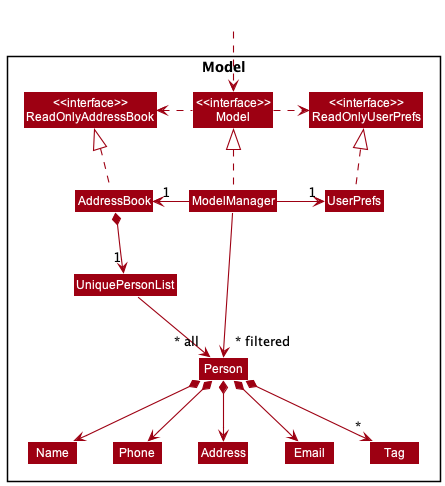
Above: docs/images/ModelClassDiagram.png in nus-cs2103-AY2223S1/tp (PlantUML), before the change.
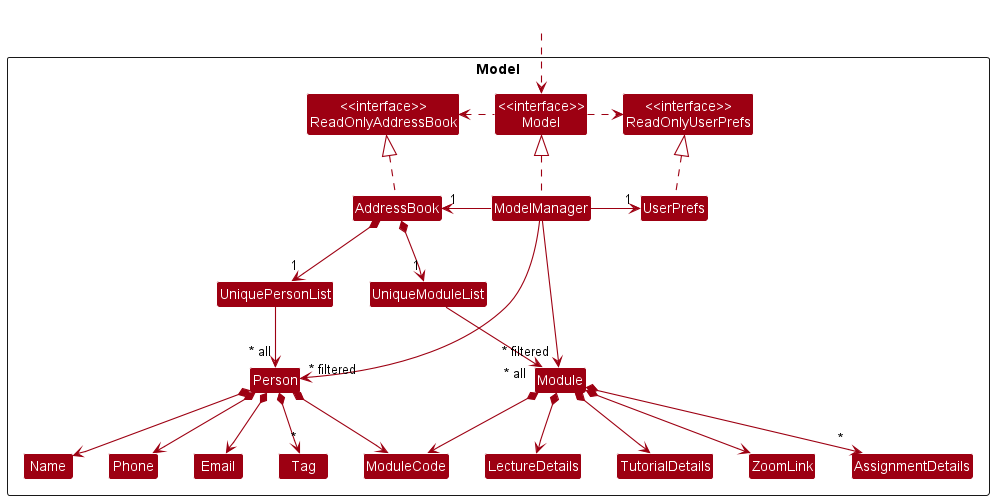
The same diagram one commit later.

Commit message:
Add updated Model Class Diagram and Module Class Diagram

The edit, as a diff of the source:
```diff
@@ -14,12 +14,18 @@
 
 Class UniquePersonList
 Class Person
-Class Address
 Class Email
 Class Name
 Class Phone
 Class Tag
 
+Class UniqueModuleList
+Class Module
+Class ModuleCode
+Class LectureDetails
+Class TutorialDetails
+Class ZoomLink
+Class AssignmentDetails
 }
 
 Class HiddenOutside #FFFFFF
@@ -39,12 +45,19 @@
 Person *--> Name
 Person *--> Phone
 Person *--> Email
-Person *--> Address
+Person *--> ModuleCode
 Person *--> "*" Tag
 
 Name -[hidden]right-> Phone
-Phone -[hidden]right-> Address
-Address -[hidden]right-> Email
+
+AddressBook *--> "1" UniqueModuleList
+UniqueModuleList --> "~* all" Module
+Module *--> ModuleCode
+Module *--> LectureDetails
+Module *--> TutorialDetails
+Module *--> ZoomLink
+Module *--> "*" AssignmentDetails
 
 ModelManager -->"~* filtered" Person
+ModelManager -->"~* filtered" Module
 @enduml
```
